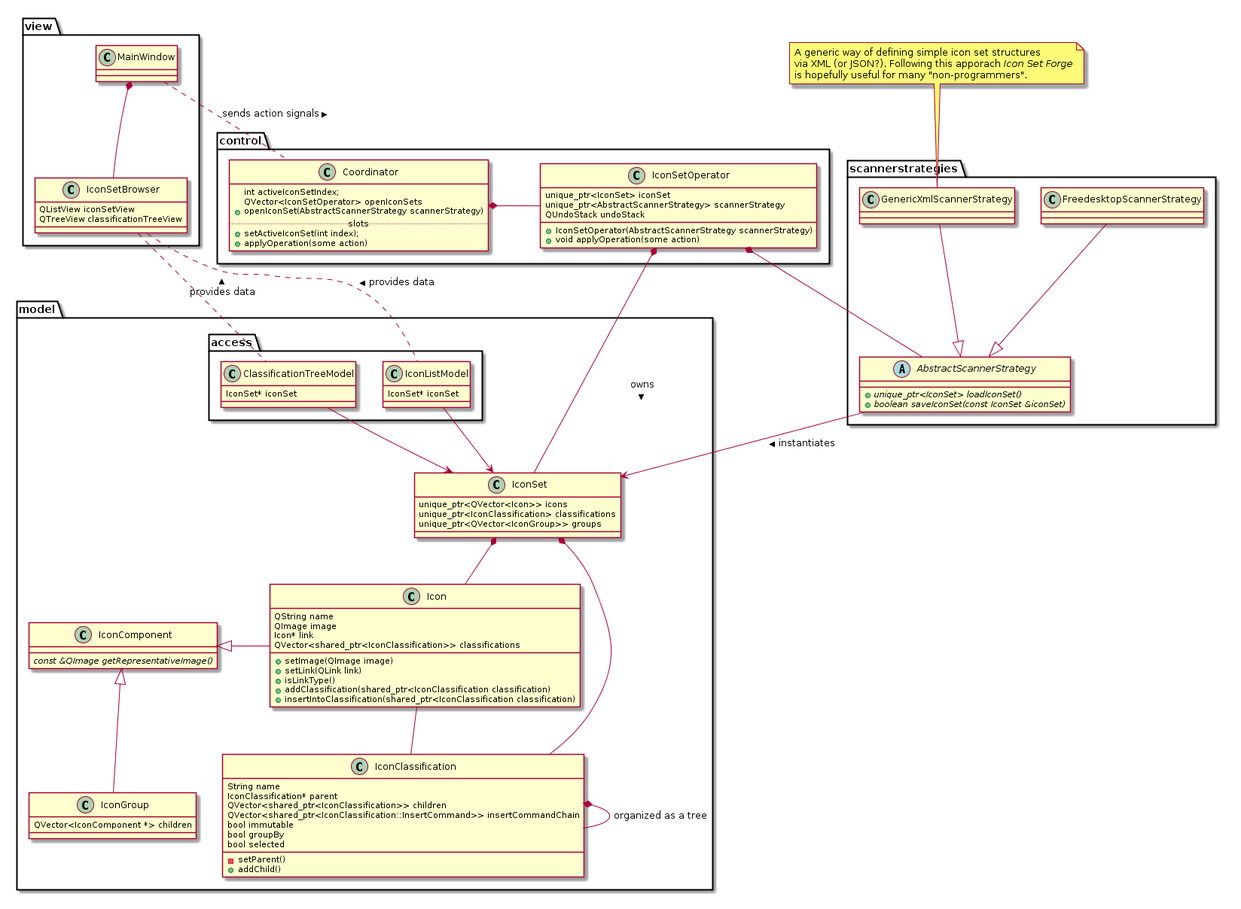
Manuel-Kehl/Icon-Set-Forge keeps this PlantUML diagram as Concept/UML/classes.png. Above is the earlier version.
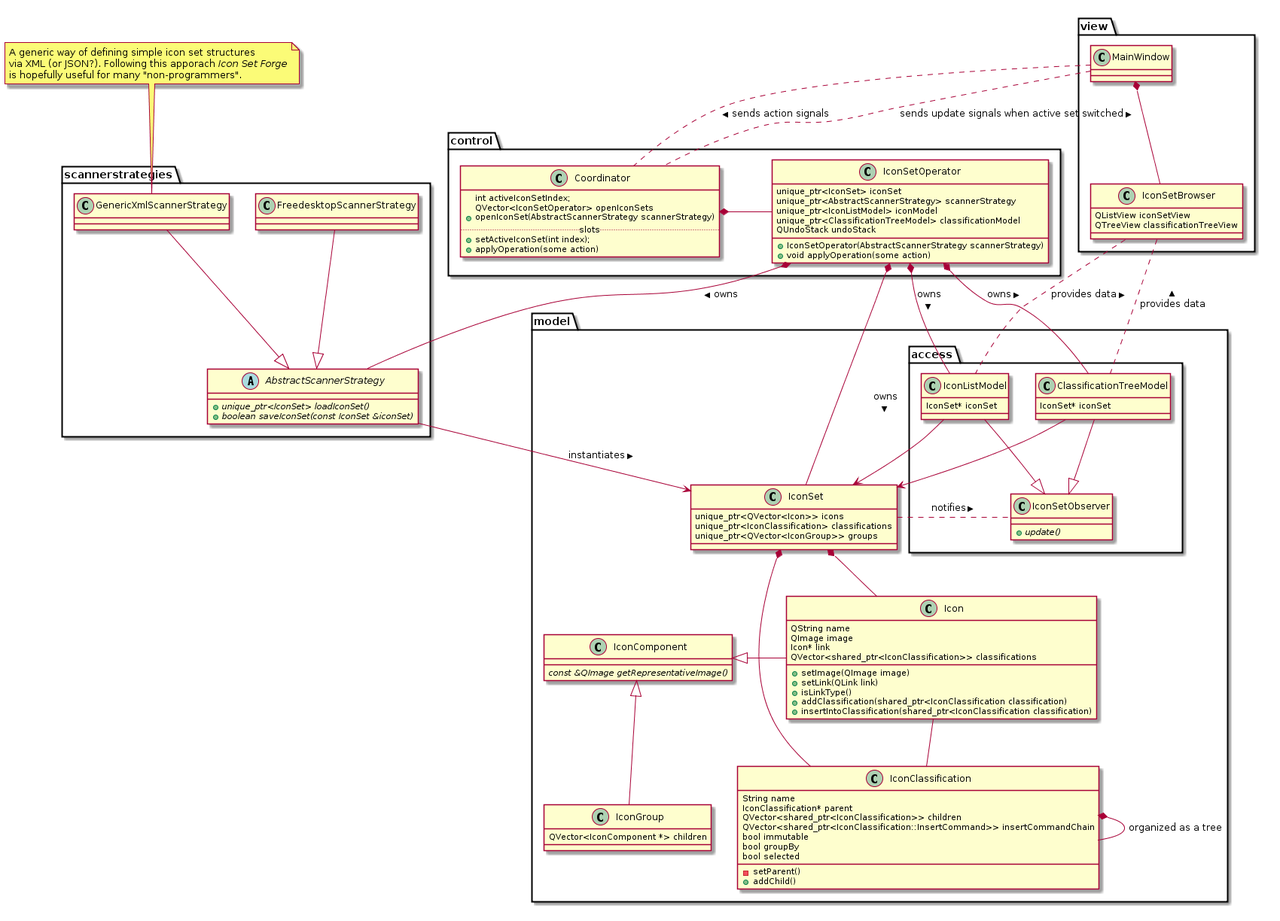
The same diagram one commit later.

Commit message:
Updated the UML to reflect the recent changes and new plans.

Diff of the diagram source:
```diff
@@ -47,11 +47,18 @@
 		class IconListModel {
 			IconSet* iconSet
 		}
+
+		class IconSetObserver {
+			+ {abstract} update()
+		}
+		ClassificationTreeModel --|> IconSetObserver
+		IconListModel --|> IconSetObserver
 	}
 
 	Icon -- IconClassification
 	IconSet *-- Icon
 	IconSet *-- IconClassification
+	IconSet .. IconSetObserver : notifies >
 	IconClassification *-- IconClassification : organized as a tree
 	IconComponent <|- Icon
 	IconComponent <|-- IconGroup
@@ -83,6 +90,8 @@
 	class IconSetOperator {
 		unique_ptr<IconSet> iconSet
 		unique_ptr<AbstractScannerStrategy> scannerStrategy
+		unique_ptr<IconListModel> iconModel
+		unique_ptr<ClassificationTreeModel> classificationModel
 		QUndoStack undoStack
 		+ IconSetOperator(AbstractScannerStrategy scannerStrategy)
 		+ void applyOperation(some action)
@@ -103,12 +112,15 @@
 
 
 MainWindow .. Coordinator : sends action signals >
+MainWindow .. Coordinator : < sends update signals when active set switched
 MainWindow *-- IconSetBrowser
 IconSetBrowser .. IconListModel : < provides data
 IconSetBrowser .. ClassificationTreeModel : < provides data
 IconSetOperator *-- IconSet : owns >
+IconSetOperator *-- AbstractScannerStrategy : owns >
+IconSetOperator *-- IconListModel : owns >
+IconSetOperator *-- ClassificationTreeModel : owns >
 AbstractScannerStrategy --> IconSet : instantiates >
-IconSetOperator *-- AbstractScannerStrategy
 
 
 note top of GenericXmlScannerStrategy
```
